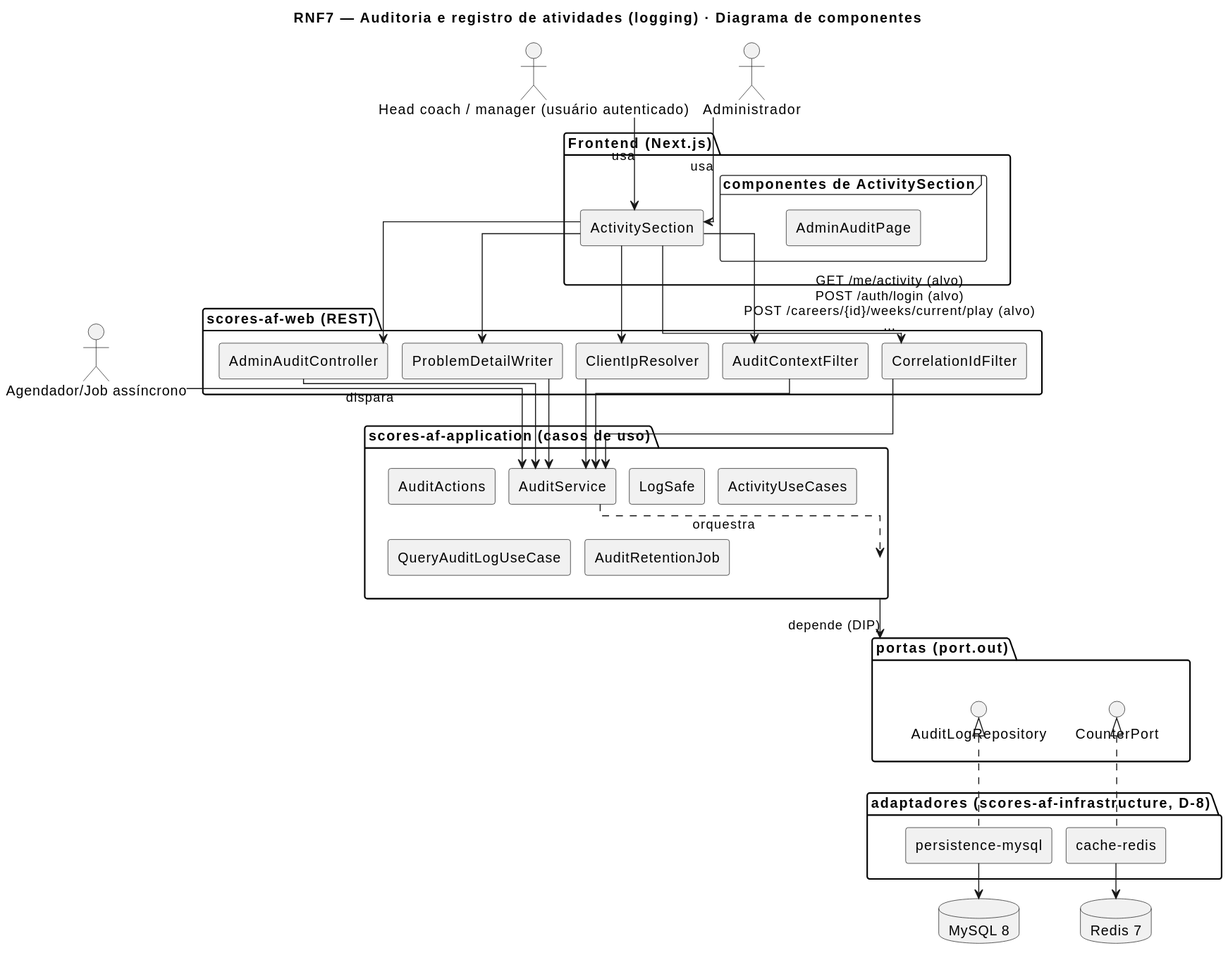
This is docs/RNF7/RNF7-cmp.svg from MatheusHaliski/Scores-American-Football, a PlantUML export, as it was before one commit.
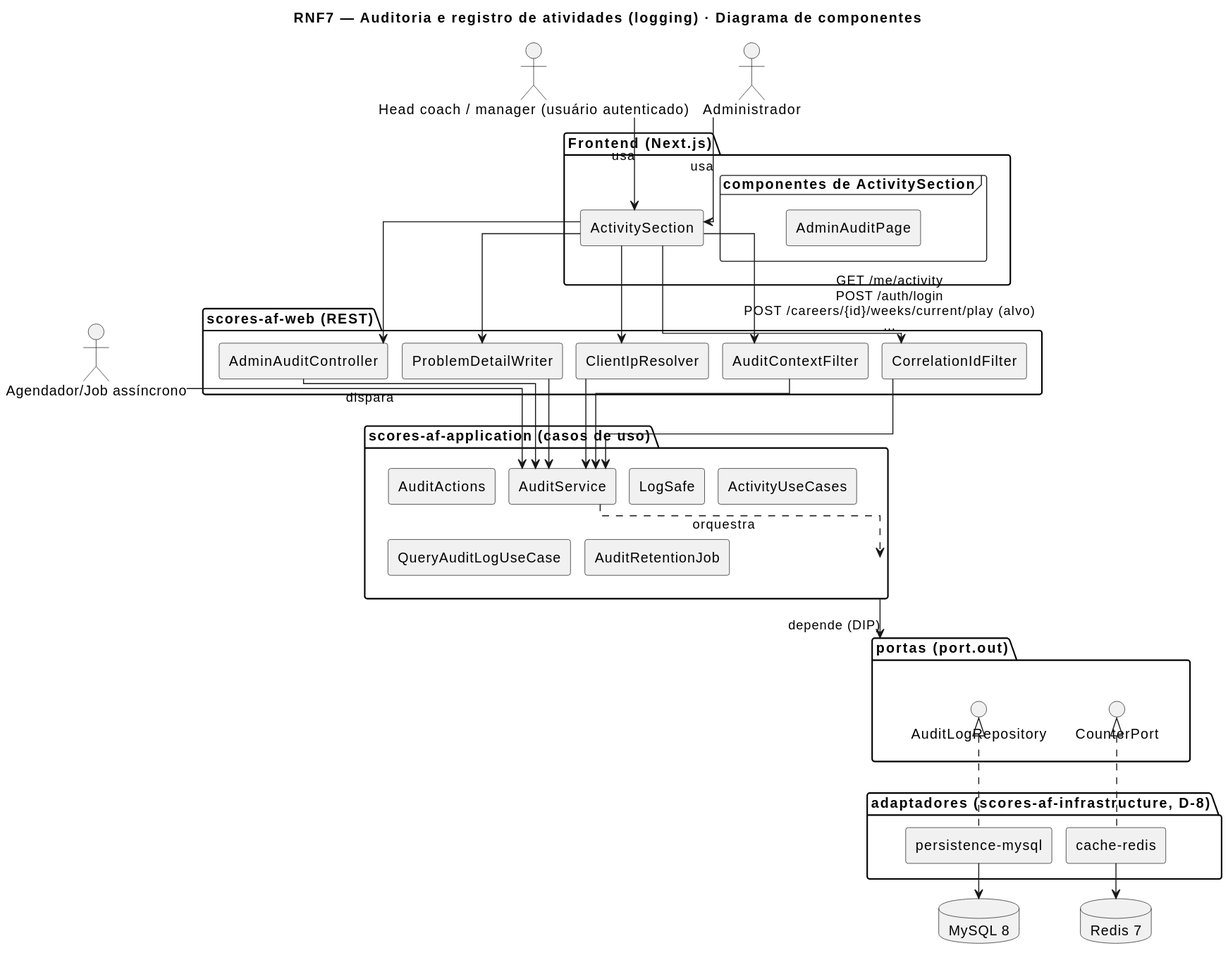
The same file after the commit.

What changed in the source:
```diff
@@ -41,7 +41,7 @@
 c1 --> c4 : usa
 c2 --> c4 : usa
 c3 --> c11 : dispara
-c4 --> c6 : GET /me/activity (alvo)\nPOST /auth/login (alvo)\nPOST /careers/{id}/weeks/current/play (alvo)\n…
+c4 --> c6 : GET /me/activity\nPOST /auth/login\nPOST /careers/{id}/weeks/current/play (alvo)\n…
 c4 --> c7
 c4 --> c8
 c4 --> c9
```
